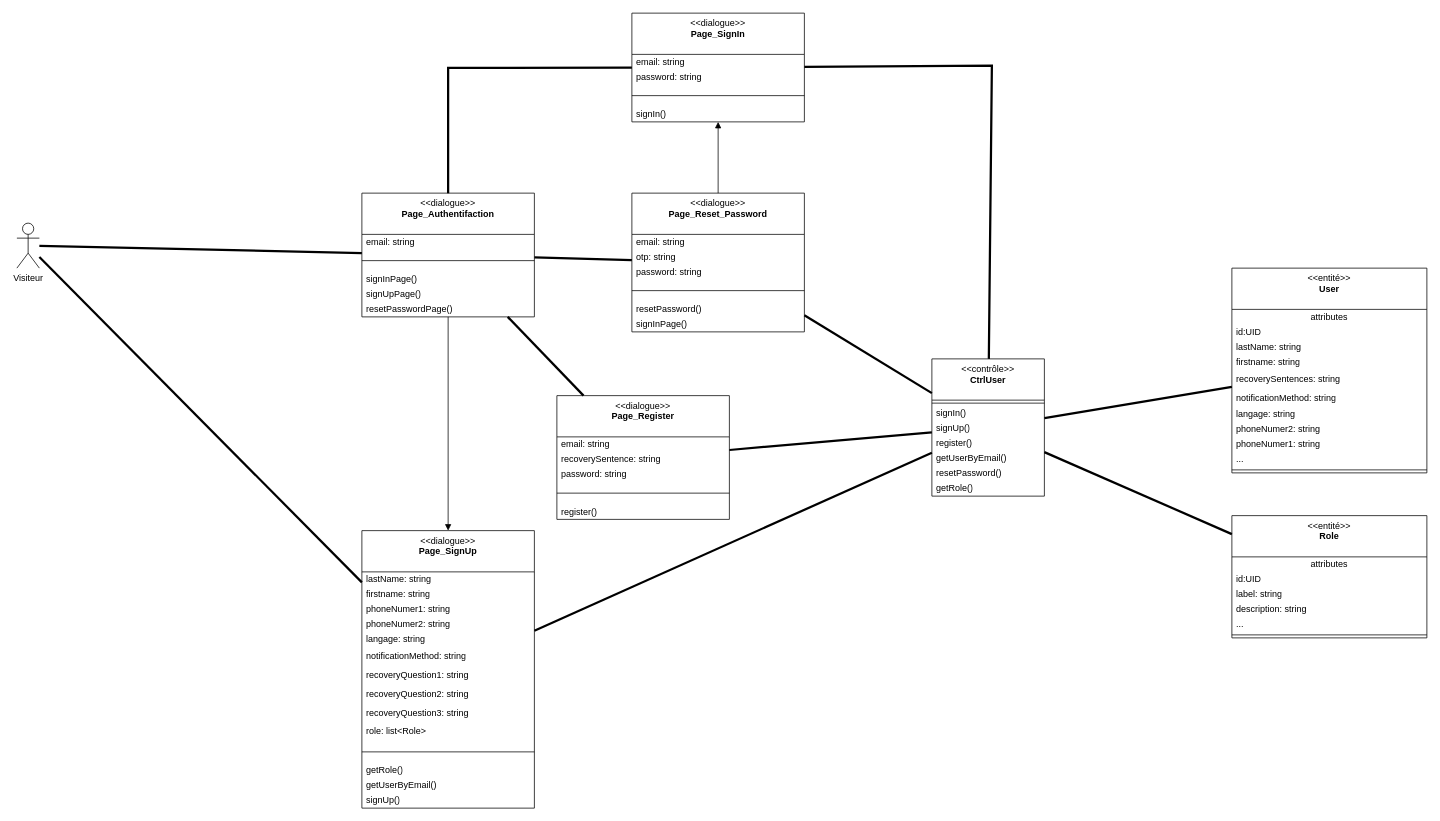
Earlier version of the draw.io diagram page "DCP-UTILISATEUR" (10 of 11) of Diagramme-vone-2024.drawio (Kaji17/Diagramme-UML). Source tidied: cells renumbered, new cells numbered last; positions are measured from the earlier drawing's top-left corner, leaving out a move shared by most shapes. Both pictures are drawn from the tidied source at 75%, with x=0, y=0 at pixel (16, 13).
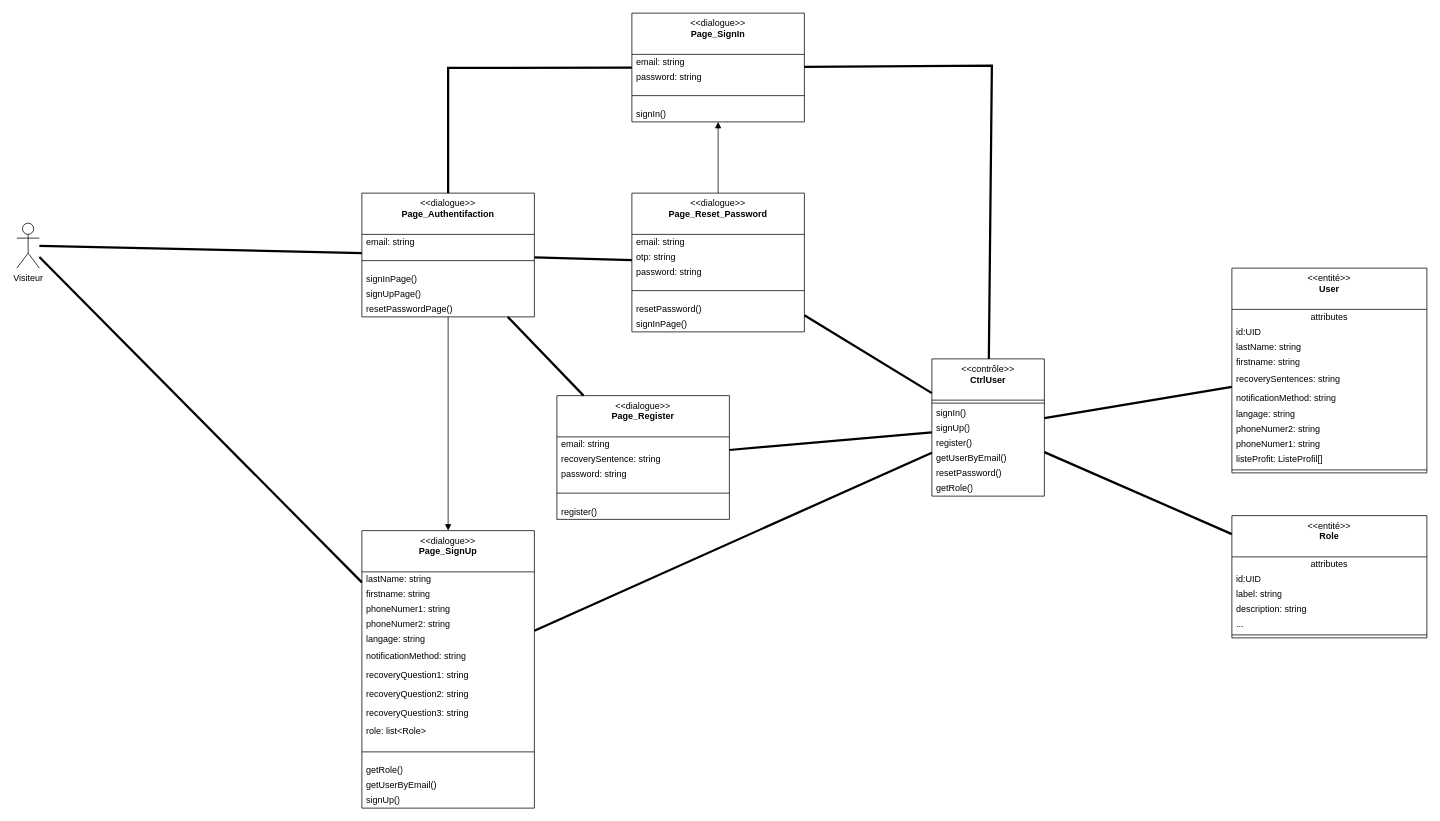
The same page after the edit.

Unchanged cells that the change refers to:
```xml
<mxCell id="61" value="&amp;lt;&amp;lt;entité&amp;gt;&amp;gt;&lt;br&gt;&lt;b&gt;User&lt;/b&gt;" style="swimlane;fontStyle=0;align=center;verticalAlign=top;horizontal=1;startSize=55;html=1;whiteSpace=wrap;" parent="1" vertex="1">
  <mxGeometry x="1620" y="340" width="260" height="273" as="geometry" />
</mxCell>
```

Change to the diagram source:
```diff
@@
-    <mxCell id="71" value="..." style="text;html=1;align=left;verticalAlign=middle;spacingLeft=4;spacingRight=4;overflow=hidden;whiteSpace=wrap;" parent="61" vertex="1">
+    <mxCell id="71" value="listeProfit: ListeProfil[]" style="text;html=1;align=left;verticalAlign=middle;spacingLeft=4;spacingRight=4;overflow=hidden;whiteSpace=wrap;" parent="61" vertex="1">
       <mxGeometry y="245" width="260" height="20" as="geometry" />
     </mxCell>
```
